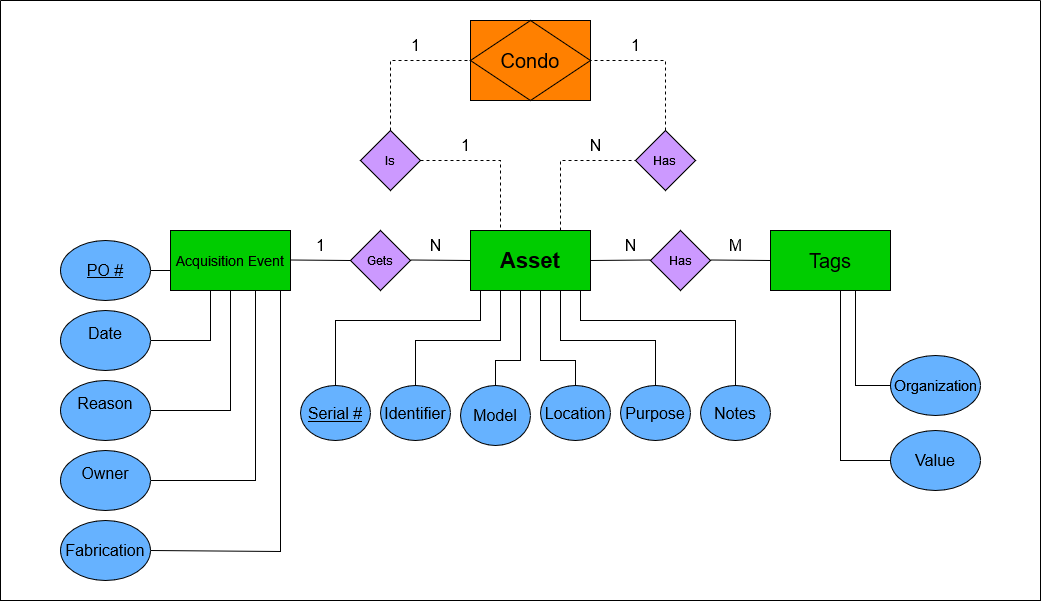
Earlier version of the draw.io export Misc/inventory_data_diagram.drawio.png (benito2268/chtc_fellowship_inventory_tracking). Source tidied: cells renumbered, new cells last; positions are measured from the earlier drawing's top-left corner, leaving out a move shared by most shapes.
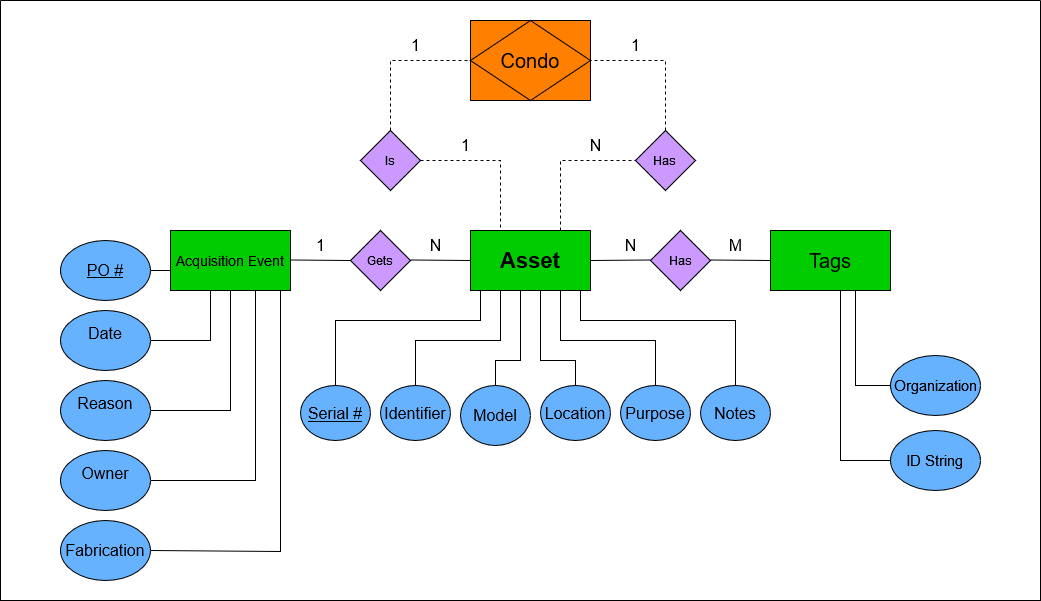
After the change.

Change to the diagram source:
```diff
@@ -104,7 +104,7 @@
     <mxCell id="26" value="&lt;font style=&quot;font-size: 15px;&quot;&gt;Organization&lt;/font&gt;" style="ellipse;whiteSpace=wrap;html=1;rounded=0;labelBackgroundColor=none;fillColor=#66B2FF;" parent="1" vertex="1">
       <mxGeometry x="890" y="355" width="90" height="60" as="geometry" />
     </mxCell>
-    <mxCell id="27" value="&lt;font style=&quot;font-size: 16px;&quot;&gt;Value&lt;/font&gt;" style="ellipse;whiteSpace=wrap;html=1;rounded=0;labelBackgroundColor=none;fillColor=#66B2FF;" parent="1" vertex="1">
+    <mxCell id="27" value="&lt;font style=&quot;font-size: 15px;&quot;&gt;ID String&lt;font style=&quot;font-size: 15px;&quot;&gt;&lt;br&gt;&lt;/font&gt;&lt;/font&gt;" style="ellipse;whiteSpace=wrap;html=1;rounded=0;labelBackgroundColor=none;fillColor=#66B2FF;" parent="1" vertex="1">
       <mxGeometry x="890" y="430" width="90" height="60" as="geometry" />
     </mxCell>
     <mxCell id="28" style="endArrow=none;html=1;rounded=0;exitX=1;exitY=0.5;exitDx=0;exitDy=0;labelBackgroundColor=none;fontColor=default;" parent="1" edge="1" source="35">
```
